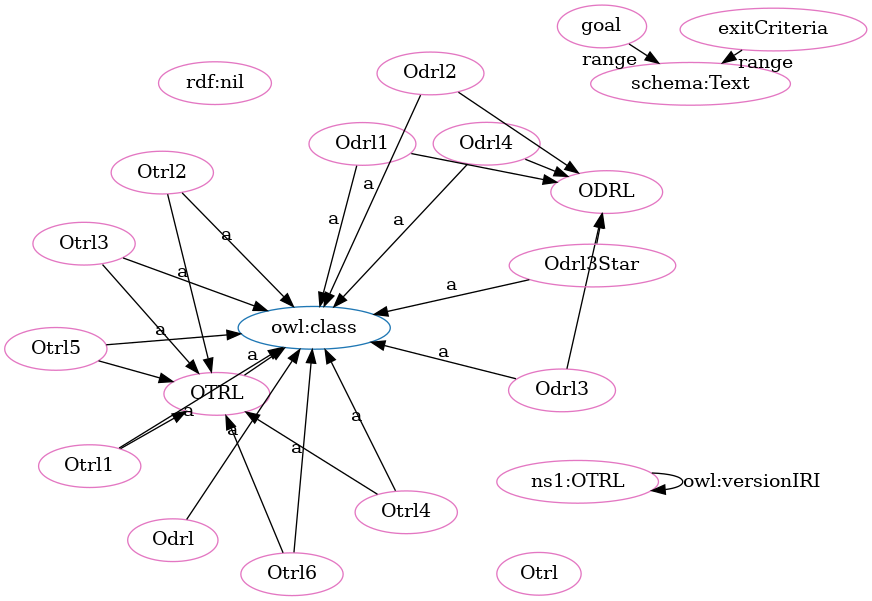
Before: OTRL-clean.png, a diagram exported from Graphviz (OPEN-NEXT/OKH-LOSH). Its source is kept beside it as OTRL-clean.dot.
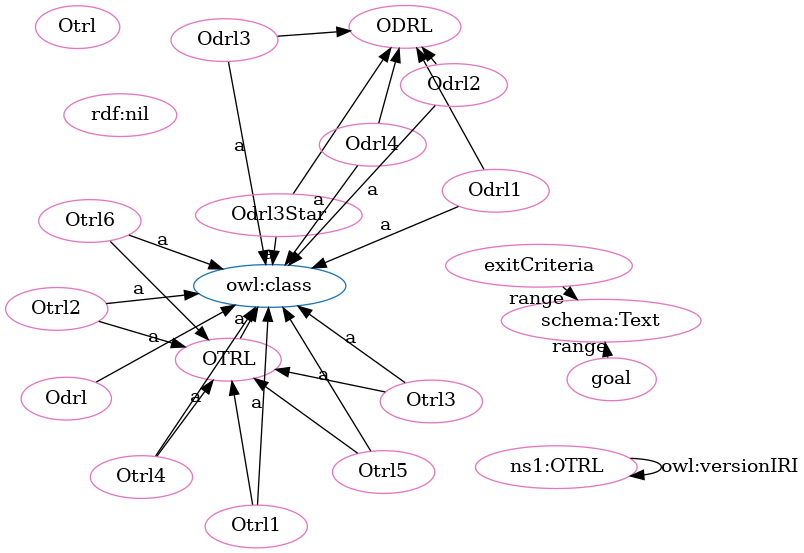
Later version of the same file.

The edit, as a diff of the source:
```diff
@@ -1,54 +1,54 @@
 digraph G {
   rankdir=BT
   node[height=.3]
+"http://purl.org/oseg/ontologies/OTRL#OTRL" [fillcolor="#1f77b4" color="#1f77b4" label="OTRL"]
+"http://purl.org/oseg/ontologies/OTRL#ODRL" [fillcolor="#1f77b4" color="#1f77b4" label="ODRL"]
 "http://www.w3.org/2002/07/owl#class" [fillcolor="#1f77b4" color="#1f77b4" label="owl:class"]
-"http://purl.org/oseg/ontologies/OTRL#ODRL" [fillcolor="#1f77b4" color="#1f77b4" label="ODRL"]
-"http://purl.org/oseg/ontologies/OTRL#OTRL" [fillcolor="#1f77b4" color="#1f77b4" label="OTRL"]
-"http://purl.org/oseg/ontologies/OTRL#Otrl3" [fillcolor="#e377c2" color="#e377c2" label="Otrl3"]
-"http://purl.org/oseg/ontologies/OTRL#Otrl6" [fillcolor="#e377c2" color="#e377c2" label="Otrl6"]
+"http://purl.org/oseg/ontologies/OTRL" [fillcolor="#e377c2" color="#e377c2" label="ns1:OTRL"]
 "http://purl.org/oseg/ontologies/OTRL#ODRL" [fillcolor="#e377c2" color="#e377c2" label="ODRL"]
-"http://purl.org/oseg/ontologies/OTRL#goal" [fillcolor="#e377c2" color="#e377c2" label="goal"]
-"http://purl.org/oseg/ontologies/OTRL#Odrl4" [fillcolor="#e377c2" color="#e377c2" label="Odrl4"]
-"http://purl.org/oseg/ontologies/OTRL#Otrl1" [fillcolor="#e377c2" color="#e377c2" label="Otrl1"]
-"http://purl.org/oseg/ontologies/OTRL#Odrl" [fillcolor="#e377c2" color="#e377c2" label="Odrl"]
 "http://purl.org/oseg/ontologies/OTRL#exitCriteria" [fillcolor="#e377c2" color="#e377c2" label="exitCriteria"]
 "http://purl.org/oseg/ontologies/OTRL#OTRL" [fillcolor="#e377c2" color="#e377c2" label="OTRL"]
+"http://schema.org/Text" [fillcolor="#e377c2" color="#e377c2" label="schema:Text"]
+"http://purl.org/oseg/ontologies/OTRL#Odrl3" [fillcolor="#e377c2" color="#e377c2" label="Odrl3"]
+"http://purl.org/oseg/ontologies/OTRL#Otrl" [fillcolor="#e377c2" color="#e377c2" label="Otrl"]
+"http://purl.org/oseg/ontologies/OTRL#Otrl3" [fillcolor="#e377c2" color="#e377c2" label="Otrl3"]
+"http://purl.org/oseg/ontologies/OTRL#Otrl2" [fillcolor="#e377c2" color="#e377c2" label="Otrl2"]
+"http://purl.org/oseg/ontologies/OTRL#Odrl3Star" [fillcolor="#e377c2" color="#e377c2" label="Odrl3Star"]
+"http://purl.org/oseg/ontologies/OTRL#Otrl4" [fillcolor="#e377c2" color="#e377c2" label="Otrl4"]
+"http://purl.org/oseg/ontologies/OTRL#Otrl6" [fillcolor="#e377c2" color="#e377c2" label="Otrl6"]
+"http://purl.org/oseg/ontologies/OTRL#Odrl" [fillcolor="#e377c2" color="#e377c2" label="Odrl"]
+"http://purl.org/oseg/ontologies/OTRL#Otrl1" [fillcolor="#e377c2" color="#e377c2" label="Otrl1"]
+"http://www.w3.org/1999/02/22-rdf-syntax-ns#nil" [fillcolor="#e377c2" color="#e377c2" label="rdf:nil"]
+"http://purl.org/oseg/ontologies/OTRL#Odrl4" [fillcolor="#e377c2" color="#e377c2" label="Odrl4"]
+"http://purl.org/oseg/ontologies/OTRL#Odrl1" [fillcolor="#e377c2" color="#e377c2" label="Odrl1"]
 "http://purl.org/oseg/ontologies/OTRL#Otrl5" [fillcolor="#e377c2" color="#e377c2" label="Otrl5"]
-"http://purl.org/oseg/ontologies/OTRL#Odrl3" [fillcolor="#e377c2" color="#e377c2" label="Odrl3"]
-"http://schema.org/Text" [fillcolor="#e377c2" color="#e377c2" label="schema:Text"]
-"http://purl.org/oseg/ontologies/OTRL#Odrl1" [fillcolor="#e377c2" color="#e377c2" label="Odrl1"]
-"http://purl.org/oseg/ontologies/OTRL" [fillcolor="#e377c2" color="#e377c2" label="ns1:OTRL"]
 "http://purl.org/oseg/ontologies/OTRL#Odrl2" [fillcolor="#e377c2" color="#e377c2" label="Odrl2"]
-"http://purl.org/oseg/ontologies/OTRL#Otrl4" [fillcolor="#e377c2" color="#e377c2" label="Otrl4"]
-"http://purl.org/oseg/ontologies/OTRL#Odrl3Star" [fillcolor="#e377c2" color="#e377c2" label="Odrl3Star"]
-"http://purl.org/oseg/ontologies/OTRL#Otrl" [fillcolor="#e377c2" color="#e377c2" label="Otrl"]
-"http://www.w3.org/1999/02/22-rdf-syntax-ns#nil" [fillcolor="#e377c2" color="#e377c2" label="rdf:nil"]
-"http://purl.org/oseg/ontologies/OTRL#Otrl2" [fillcolor="#e377c2" color="#e377c2" label="Otrl2"]
+"http://purl.org/oseg/ontologies/OTRL#goal" [fillcolor="#e377c2" color="#e377c2" label="goal"]
+  "http://purl.org/oseg/ontologies/OTRL#Odrl3Star" -> "http://purl.org/oseg/ontologies/OTRL#ODRL" [label=""]
+  "http://purl.org/oseg/ontologies/OTRL" -> "http://purl.org/oseg/ontologies/OTRL" [label="owl:versionIRI"]
+  "http://purl.org/oseg/ontologies/OTRL#Otrl2" -> "http://purl.org/oseg/ontologies/OTRL#OTRL" [label=""]
+  "http://purl.org/oseg/ontologies/OTRL#Otrl3" -> "http://purl.org/oseg/ontologies/OTRL#OTRL" [label=""]
+  "http://purl.org/oseg/ontologies/OTRL#Otrl4" -> "http://purl.org/oseg/ontologies/OTRL#OTRL" [label=""]
+  "http://purl.org/oseg/ontologies/OTRL#Otrl1" -> "http://purl.org/oseg/ontologies/OTRL#OTRL" [label=""]
+  "http://purl.org/oseg/ontologies/OTRL#Odrl3" -> "http://www.w3.org/2002/07/owl#class" [label="a"]
+  "http://purl.org/oseg/ontologies/OTRL#Otrl3" -> "http://www.w3.org/2002/07/owl#class" [label="a"]
+  "http://purl.org/oseg/ontologies/OTRL#Otrl5" -> "http://purl.org/oseg/ontologies/OTRL#OTRL" [label=""]
+  "http://purl.org/oseg/ontologies/OTRL#Odrl3Star" -> "http://www.w3.org/2002/07/owl#class" [label="a"]
   "http://purl.org/oseg/ontologies/OTRL#Otrl6" -> "http://www.w3.org/2002/07/owl#class" [label="a"]
-  "http://purl.org/oseg/ontologies/OTRL#Odrl2" -> "http://purl.org/oseg/ontologies/OTRL#ODRL" [label=""]
-  "http://purl.org/oseg/ontologies/OTRL#Odrl" -> "http://www.w3.org/2002/07/owl#class" [label="a"]
-  "http://purl.org/oseg/ontologies/OTRL#Otrl5" -> "http://purl.org/oseg/ontologies/OTRL#OTRL" [label=""]
-  "http://purl.org/oseg/ontologies/OTRL#OTRL" -> "http://www.w3.org/2002/07/owl#class" [label="a"]
   "http://purl.org/oseg/ontologies/OTRL#goal" -> "http://schema.org/Text" [label="range"]
   "http://purl.org/oseg/ontologies/OTRL#Odrl1" -> "http://www.w3.org/2002/07/owl#class" [label="a"]
+  "http://purl.org/oseg/ontologies/OTRL#Odrl2" -> "http://www.w3.org/2002/07/owl#class" [label="a"]
   "http://purl.org/oseg/ontologies/OTRL#Odrl1" -> "http://purl.org/oseg/ontologies/OTRL#ODRL" [label=""]
-  "http://purl.org/oseg/ontologies/OTRL#Otrl4" -> "http://purl.org/oseg/ontologies/OTRL#OTRL" [label=""]
-  "http://purl.org/oseg/ontologies/OTRL#Otrl2" -> "http://purl.org/oseg/ontologies/OTRL#OTRL" [label=""]
-  "http://purl.org/oseg/ontologies/OTRL#Odrl3Star" -> "http://www.w3.org/2002/07/owl#class" [label="a"]
+  "http://purl.org/oseg/ontologies/OTRL#Odrl2" -> "http://purl.org/oseg/ontologies/OTRL#ODRL" [label=""]
+  "http://purl.org/oseg/ontologies/OTRL#Odrl3" -> "http://purl.org/oseg/ontologies/OTRL#ODRL" [label=""]
+  "http://purl.org/oseg/ontologies/OTRL#Otrl6" -> "http://purl.org/oseg/ontologies/OTRL#OTRL" [label=""]
+  "http://purl.org/oseg/ontologies/OTRL#exitCriteria" -> "http://schema.org/Text" [label="range"]
+  "http://purl.org/oseg/ontologies/OTRL#Otrl2" -> "http://www.w3.org/2002/07/owl#class" [label="a"]
   "http://purl.org/oseg/ontologies/OTRL#Otrl4" -> "http://www.w3.org/2002/07/owl#class" [label="a"]
-  "http://purl.org/oseg/ontologies/OTRL#Otrl3" -> "http://purl.org/oseg/ontologies/OTRL#OTRL" [label=""]
-  "http://purl.org/oseg/ontologies/OTRL" -> "http://purl.org/oseg/ontologies/OTRL" [label="owl:versionIRI"]
-  "http://purl.org/oseg/ontologies/OTRL#Odrl3" -> "http://purl.org/oseg/ontologies/OTRL#ODRL" [label=""]
-  "http://purl.org/oseg/ontologies/OTRL#Otrl2" -> "http://www.w3.org/2002/07/owl#class" [label="a"]
-  "http://purl.org/oseg/ontologies/OTRL#Otrl3" -> "http://www.w3.org/2002/07/owl#class" [label="a"]
-  "http://purl.org/oseg/ontologies/OTRL#Odrl3Star" -> "http://purl.org/oseg/ontologies/OTRL#ODRL" [label=""]
+  "http://purl.org/oseg/ontologies/OTRL#Otrl1" -> "http://www.w3.org/2002/07/owl#class" [label="a"]
+  "http://purl.org/oseg/ontologies/OTRL#Odrl" -> "http://www.w3.org/2002/07/owl#class" [label="a"]
   "http://purl.org/oseg/ontologies/OTRL#Odrl4" -> "http://www.w3.org/2002/07/owl#class" [label="a"]
-  "http://purl.org/oseg/ontologies/OTRL#Otrl1" -> "http://www.w3.org/2002/07/owl#class" [label="a"]
   "http://purl.org/oseg/ontologies/OTRL#Odrl4" -> "http://purl.org/oseg/ontologies/OTRL#ODRL" [label=""]
   "http://purl.org/oseg/ontologies/OTRL#Otrl5" -> "http://www.w3.org/2002/07/owl#class" [label="a"]
-  "http://purl.org/oseg/ontologies/OTRL#Odrl3" -> "http://www.w3.org/2002/07/owl#class" [label="a"]
-  "http://purl.org/oseg/ontologies/OTRL#Odrl2" -> "http://www.w3.org/2002/07/owl#class" [label="a"]
-  "http://purl.org/oseg/ontologies/OTRL#Otrl6" -> "http://purl.org/oseg/ontologies/OTRL#OTRL" [label=""]
-  "http://purl.org/oseg/ontologies/OTRL#Otrl1" -> "http://purl.org/oseg/ontologies/OTRL#OTRL" [label=""]
-  "http://purl.org/oseg/ontologies/OTRL#exitCriteria" -> "http://schema.org/Text" [label="range"]
+  "http://purl.org/oseg/ontologies/OTRL#OTRL" -> "http://www.w3.org/2002/07/owl#class" [label="a"]
 }
```
